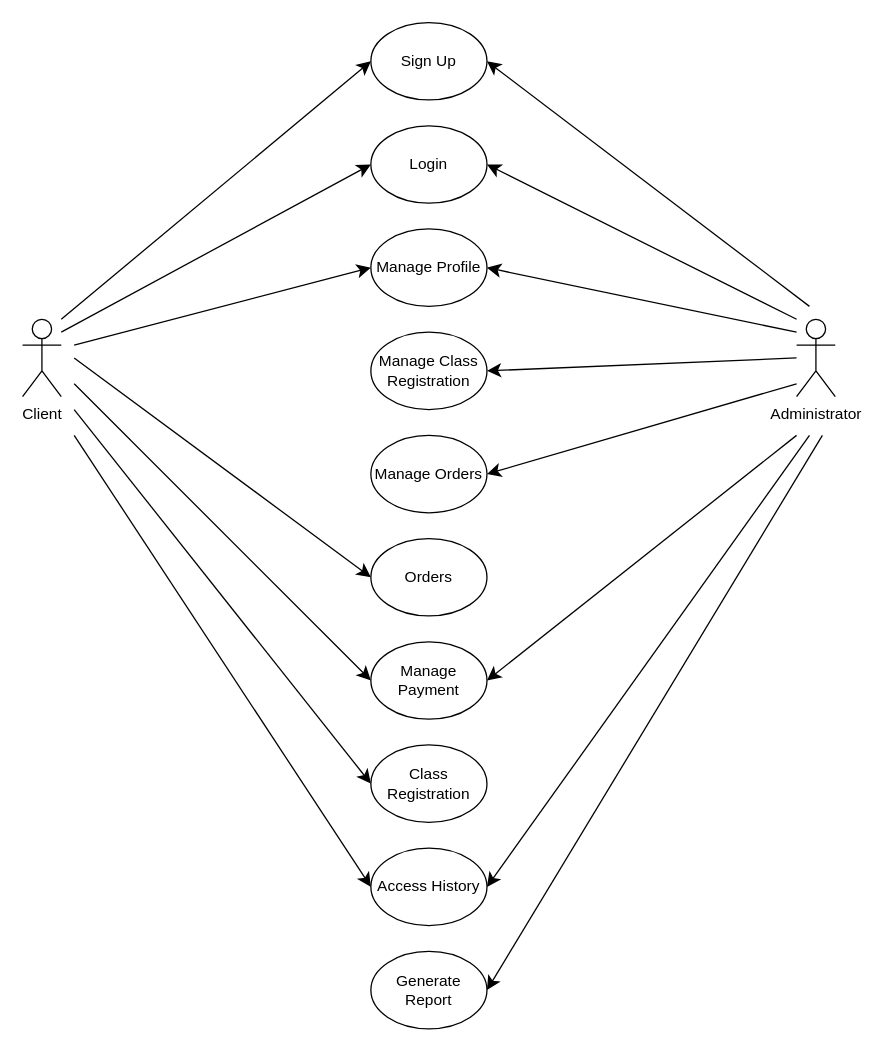
Earlier version of the draw.io diagram Untitled Diagram.drawio (puterifathimah/fyp). Source tidied: cells renumbered, new cells numbered last; positions are measured from the earlier drawing's top-left corner, leaving out a move shared by most shapes. Both pictures are drawn from the tidied source at 129%, with x=0, y=0 at pixel (22, 22).
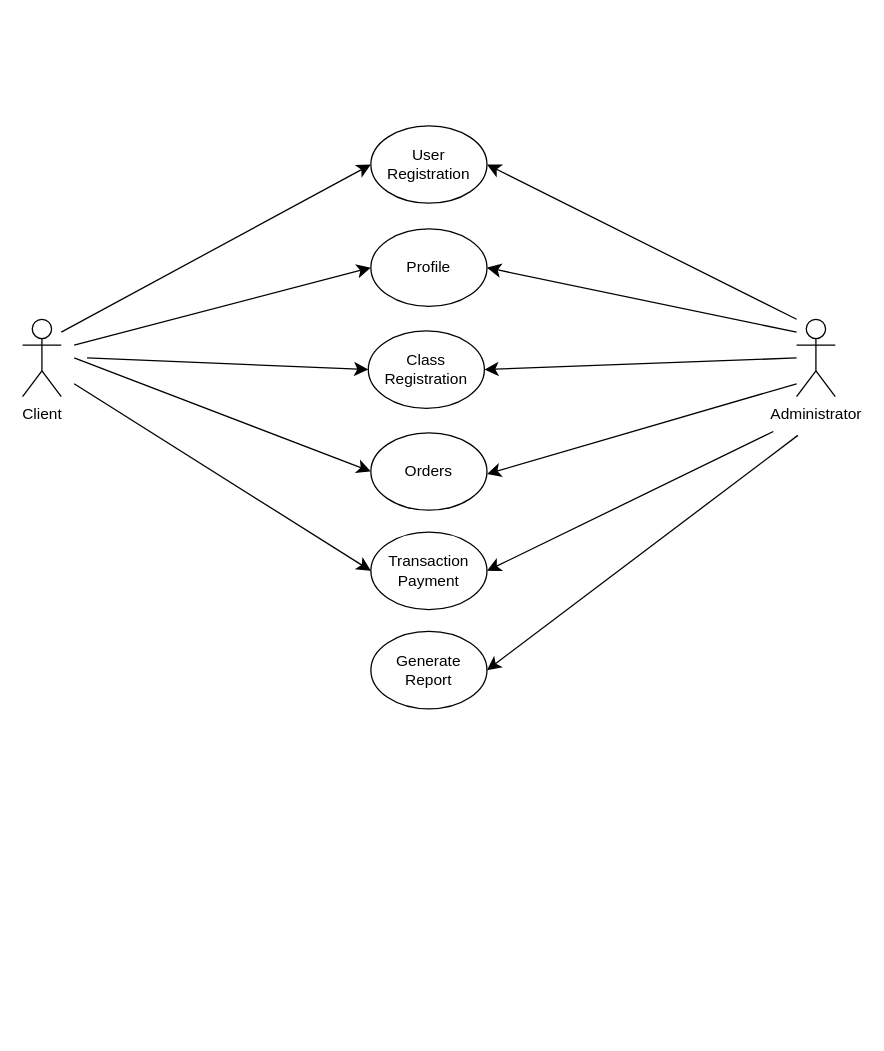
Above is the later version.

Diff of the diagram source:
```diff
@@
-    <mxCell id="3" value="Sign Up" style="ellipse;whiteSpace=wrap;html=1;" parent="1" vertex="1">
-      <mxGeometry x="270" width="90" height="60" as="geometry" />
-    </mxCell>
-    <mxCell id="4" value="Login" style="ellipse;whiteSpace=wrap;html=1;" parent="1" vertex="1">
+    <mxCell id="4" value="User Registration" style="ellipse;whiteSpace=wrap;html=1;" parent="1" vertex="1">
       <mxGeometry x="270" y="80" width="90" height="60" as="geometry" />
     </mxCell>
-    <mxCell id="5" value="Manage Profile" style="ellipse;whiteSpace=wrap;html=1;" parent="1" vertex="1">
+    <mxCell id="5" value="Profile" style="ellipse;whiteSpace=wrap;html=1;" parent="1" vertex="1">
       <mxGeometry x="270" y="160" width="90" height="60" as="geometry" />
     </mxCell>
     <mxCell id="6" value="Generate Report" style="ellipse;whiteSpace=wrap;html=1;" parent="1" vertex="1">
-      <mxGeometry x="270" y="720" width="90" height="60" as="geometry" />
+      <mxGeometry x="270" y="472" width="90" height="60" as="geometry" />
     </mxCell>
-    <mxCell id="7" value="Manage Orders" style="ellipse;whiteSpace=wrap;html=1;" parent="1" vertex="1">
-      <mxGeometry x="270" y="320" width="90" height="60" as="geometry" />
-    </mxCell>
-    <mxCell id="8" value="Access History" style="ellipse;whiteSpace=wrap;html=1;" parent="1" vertex="1">
-      <mxGeometry x="270" y="640" width="90" height="60" as="geometry" />
-    </mxCell>
-    <mxCell id="9" value="Class Registration" style="ellipse;whiteSpace=wrap;html=1;" parent="1" vertex="1">
-      <mxGeometry x="270" y="560" width="90" height="60" as="geometry" />
-    </mxCell>
-    <mxCell id="10" value="Manage Class Registration" style="ellipse;whiteSpace=wrap;html=1;" parent="1" vertex="1">
-      <mxGeometry x="270" y="240" width="90" height="60" as="geometry" />
+    <mxCell id="10" value="Class Registration" style="ellipse;whiteSpace=wrap;html=1;" parent="1" vertex="1">
+      <mxGeometry x="268" y="239" width="90" height="60" as="geometry" />
     </mxCell>
-    <mxCell id="11" value="Manage Payment" style="ellipse;whiteSpace=wrap;html=1;" parent="1" vertex="1">
-      <mxGeometry x="270" y="480" width="90" height="60" as="geometry" />
+    <mxCell id="11" value="Transaction Payment" style="ellipse;whiteSpace=wrap;html=1;" parent="1" vertex="1">
+      <mxGeometry x="270" y="395" width="90" height="60" as="geometry" />
     </mxCell>
@@
-    <mxCell id="13" style="endArrow=classic;html=1;rounded=0;fontSize=12;startSize=8;endSize=8;curved=1;entryX=0;entryY=0.5;entryDx=0;entryDy=0;" parent="1" edge="1" target="3">
-      <mxGeometry relative="1" as="geometry">
-        <mxPoint x="30" y="230" as="sourcePoint" />
-      </mxGeometry>
-    </mxCell>
@@
     <mxCell id="17" value="Orders" style="ellipse;whiteSpace=wrap;html=1;" parent="1" vertex="1">
-      <mxGeometry x="270" y="400" width="90" height="60" as="geometry" />
+      <mxGeometry x="270" y="318" width="90" height="60" as="geometry" />
     </mxCell>
@@
-    <mxCell id="19" style="endArrow=classic;html=1;rounded=0;fontSize=12;startSize=8;endSize=8;curved=1;entryX=0;entryY=0.5;entryDx=0;entryDy=0;" parent="1" edge="1" target="9">
-      <mxGeometry relative="1" as="geometry">
-        <mxPoint x="40" y="300" as="sourcePoint" />
-      </mxGeometry>
-    </mxCell>
-    <mxCell id="20" style="endArrow=classic;html=1;rounded=0;fontSize=12;startSize=8;endSize=8;curved=1;entryX=0;entryY=0.5;entryDx=0;entryDy=0;" parent="1" edge="1" target="8">
-      <mxGeometry relative="1" as="geometry">
-        <mxPoint x="40" y="320" as="sourcePoint" />
-      </mxGeometry>
-    </mxCell>
-    <mxCell id="21" style="endArrow=classic;html=1;rounded=0;fontSize=12;startSize=8;endSize=8;curved=1;entryX=1;entryY=0.5;entryDx=0;entryDy=0;" parent="1" edge="1" target="3">
-      <mxGeometry relative="1" as="geometry">
-        <mxPoint x="610" y="220" as="sourcePoint" />
-      </mxGeometry>
-    </mxCell>
@@
-    <mxCell id="25" style="endArrow=classic;html=1;rounded=0;fontSize=12;startSize=8;endSize=8;curved=1;entryX=1;entryY=0.5;entryDx=0;entryDy=0;" parent="1" edge="1" target="7">
+    <mxCell id="25" style="endArrow=classic;html=1;rounded=0;fontSize=12;startSize=8;endSize=8;curved=1;entryX=1;entryY=0.5;entryDx=0;entryDy=0;" parent="1" edge="1">
       <mxGeometry relative="1" as="geometry">
         <mxPoint x="600" y="280" as="sourcePoint" />
+        <mxPoint x="360" y="350" as="targetPoint" />
       </mxGeometry>
     </mxCell>
     <mxCell id="26" style="endArrow=classic;html=1;rounded=0;fontSize=12;startSize=8;endSize=8;curved=1;entryX=1;entryY=0.5;entryDx=0;entryDy=0;" parent="1" edge="1" target="11">
       <mxGeometry relative="1" as="geometry">
-        <mxPoint x="600" y="320" as="sourcePoint" />
+        <mxPoint x="582" y="317" as="sourcePoint" />
       </mxGeometry>
     </mxCell>
-    <mxCell id="27" style="endArrow=classic;html=1;rounded=0;fontSize=12;startSize=8;endSize=8;curved=1;entryX=1;entryY=0.5;entryDx=0;entryDy=0;" parent="1" edge="1" target="8">
-      <mxGeometry relative="1" as="geometry">
-        <mxPoint x="610" y="320" as="sourcePoint" />
-      </mxGeometry>
-    </mxCell>
     <mxCell id="28" style="endArrow=classic;html=1;rounded=0;fontSize=12;startSize=8;endSize=8;curved=1;entryX=1;entryY=0.5;entryDx=0;entryDy=0;" parent="1" edge="1" target="6">
       <mxGeometry relative="1" as="geometry">
-        <mxPoint x="620" y="320" as="sourcePoint" />
+        <mxPoint x="601" y="320" as="sourcePoint" />
       </mxGeometry>
     </mxCell>
+    <mxCell id="29" style="endArrow=classic;html=1;rounded=0;fontSize=12;startSize=8;endSize=8;curved=1;entryX=0;entryY=0.5;entryDx=0;entryDy=0;" parent="1" edge="1" target="10">
+      <mxGeometry relative="1" as="geometry">
+        <mxPoint x="50" y="260" as="sourcePoint" />
+      </mxGeometry>
+    </mxCell>
```
